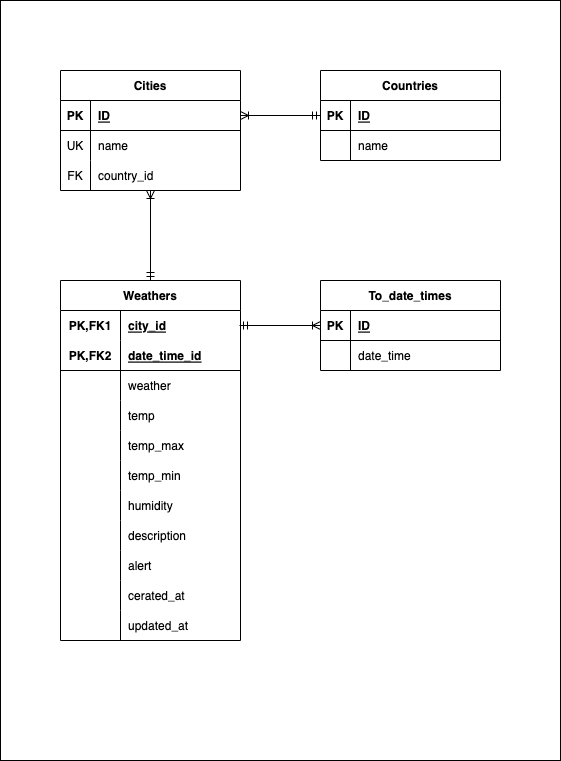
Above: documents/er.png in ytR8220/travel-weather (draw.io), before the change. Source tidied: cells renumbered, new cells last; positions are measured from the earlier drawing's top-left corner, leaving out a move shared by most shapes.
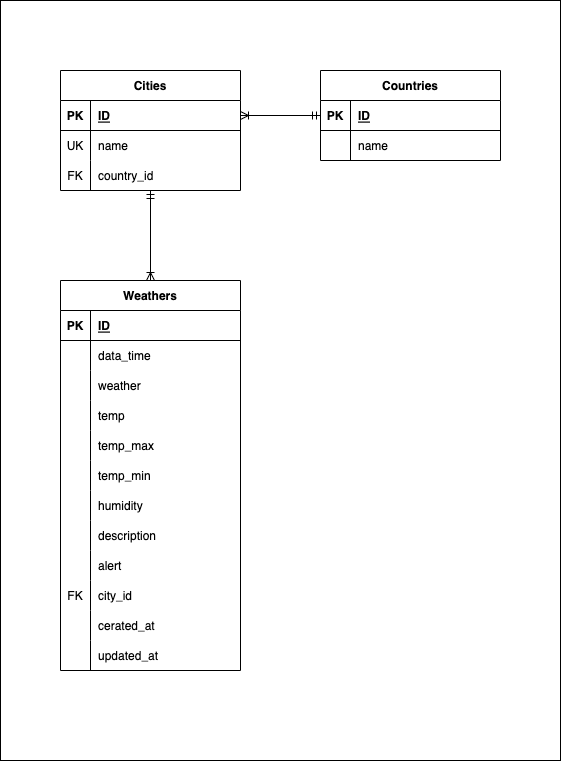
Above is the later version.

Commit message:
テーブル定義書、ER図修正

The edit, as a diff of the source:
```diff
@@ -35,135 +35,123 @@
     <mxCell id="12" value="country_id" style="shape=partialRectangle;fillColor=none;top=0;left=0;bottom=0;right=0;align=left;spacingLeft=6;overflow=hidden;" parent="10" vertex="1">
       <mxGeometry x="30" width="150" height="30" as="geometry" />
     </mxCell>
-    <mxCell id="13" style="fontSize=12;html=1;endArrow=ERoneToMany;startArrow=ERmandOne;" parent="1" edge="1">
+    <mxCell id="13" style="fontSize=12;html=1;endArrow=ERmandOne;startArrow=ERoneToMany;startFill=0;endFill=0;" parent="1" edge="1">
       <mxGeometry relative="1" as="geometry">
         <mxPoint x="150" y="280" as="sourcePoint" />
         <mxPoint x="150" y="190" as="targetPoint" />
       </mxGeometry>
     </mxCell>
     <mxCell id="14" value="Weathers" style="shape=table;startSize=30;rowLines=0;fontStyle=1;align=center;" parent="1" vertex="1">
-      <mxGeometry x="60" y="280" width="180" height="360" as="geometry" />
+      <mxGeometry x="60" y="280" width="180" height="390" as="geometry" />
     </mxCell>
-    <mxCell id="15" style="shape=tableRow;horizontal=0;startSize=0;swimlaneHead=0;swimlaneBody=0;fillColor=none;top=0;left=0;right=0;bottom=0;" parent="14" vertex="1">
-      <mxGeometry y="30" width="180" height="30" as="geometry" />
-    </mxCell>
-    <mxCell id="16" value="PK,FK1" style="shape=partialRectangle;fillColor=none;top=0;left=0;bottom=0;right=0;fontStyle=1;overflow=hidden;" parent="15" vertex="1">
-      <mxGeometry width="60" height="30" as="geometry" />
-    </mxCell>
-    <mxCell id="17" value="city_id" style="shape=partialRectangle;fillColor=none;top=0;left=0;bottom=0;right=0;align=left;spacingLeft=6;fontStyle=5;overflow=hidden;" parent="15" vertex="1">
-      <mxGeometry x="60" width="120" height="30" as="geometry" />
-    </mxCell>
     <mxCell id="18" style="shape=tableRow;horizontal=0;startSize=0;swimlaneHead=0;swimlaneBody=0;fillColor=none;top=0;left=0;right=0;bottom=1;" parent="14" vertex="1">
-      <mxGeometry y="60" width="180" height="30" as="geometry" />
+      <mxGeometry y="30" width="180" height="30" as="geometry" />
     </mxCell>
-    <mxCell id="19" value="PK,FK2" style="shape=partialRectangle;fillColor=none;top=0;left=0;bottom=0;right=0;fontStyle=1;overflow=hidden;" parent="18" vertex="1">
-      <mxGeometry width="60" height="30" as="geometry" />
+    <mxCell id="19" value="PK" style="shape=partialRectangle;fillColor=none;top=0;left=0;bottom=0;right=0;fontStyle=1;overflow=hidden;" parent="18" vertex="1">
+      <mxGeometry width="30" height="30" as="geometry" />
     </mxCell>
-    <mxCell id="20" value="date_time_id" style="shape=partialRectangle;fillColor=none;top=0;left=0;bottom=0;right=0;align=left;spacingLeft=6;fontStyle=5;overflow=hidden;" parent="18" vertex="1">
-      <mxGeometry x="60" width="120" height="30" as="geometry" />
+    <mxCell id="20" value="ID" style="shape=partialRectangle;fillColor=none;top=0;left=0;bottom=0;right=0;align=left;spacingLeft=6;fontStyle=5;overflow=hidden;" parent="18" vertex="1">
+      <mxGeometry x="30" width="150" height="30" as="geometry" />
     </mxCell>
     <mxCell id="21" style="shape=tableRow;horizontal=0;startSize=0;swimlaneHead=0;swimlaneBody=0;fillColor=none;top=0;left=0;right=0;bottom=0;" parent="14" vertex="1">
-      <mxGeometry y="90" width="180" height="30" as="geometry" />
+      <mxGeometry y="60" width="180" height="30" as="geometry" />
     </mxCell>
     <mxCell id="22" style="shape=partialRectangle;fillColor=none;top=0;left=0;bottom=0;right=0;overflow=hidden;" parent="21" vertex="1">
-      <mxGeometry width="60" height="30" as="geometry" />
+      <mxGeometry width="30" height="30" as="geometry" />
     </mxCell>
-    <mxCell id="23" value="weather" style="shape=partialRectangle;fillColor=none;top=0;left=0;bottom=0;right=0;align=left;spacingLeft=6;overflow=hidden;" parent="21" vertex="1">
-      <mxGeometry x="60" width="120" height="30" as="geometry" />
+    <mxCell id="23" value="data_time" style="shape=partialRectangle;fillColor=none;top=0;left=0;bottom=0;right=0;align=left;spacingLeft=6;overflow=hidden;" parent="21" vertex="1">
+      <mxGeometry x="30" width="150" height="30" as="geometry" />
     </mxCell>
+    <mxCell id="64" style="shape=tableRow;horizontal=0;startSize=0;swimlaneHead=0;swimlaneBody=0;fillColor=none;top=0;left=0;right=0;bottom=0;" parent="14" vertex="1">
+      <mxGeometry y="90" width="180" height="30" as="geometry" />
+    </mxCell>
+    <mxCell id="53" style="shape=partialRectangle;fillColor=none;top=0;left=0;bottom=0;right=0;overflow=hidden;" parent="64" vertex="1">
+      <mxGeometry width="30" height="30" as="geometry" />
+    </mxCell>
+    <mxCell id="65" value="weather" style="shape=partialRectangle;fillColor=none;top=0;left=0;bottom=0;right=0;align=left;spacingLeft=6;overflow=hidden;" parent="64" vertex="1">
+      <mxGeometry x="30" width="150" height="30" as="geometry" />
+    </mxCell>
     <mxCell id="24" style="shape=tableRow;horizontal=0;startSize=0;swimlaneHead=0;swimlaneBody=0;fillColor=none;top=0;left=0;right=0;bottom=0;" parent="14" vertex="1">
       <mxGeometry y="120" width="180" height="30" as="geometry" />
     </mxCell>
     <mxCell id="25" style="shape=partialRectangle;fillColor=none;top=0;left=0;bottom=0;right=0;overflow=hidden;" parent="24" vertex="1">
-      <mxGeometry width="60" height="30" as="geometry" />
+      <mxGeometry width="30" height="30" as="geometry" />
     </mxCell>
     <mxCell id="26" value="temp" style="shape=partialRectangle;fillColor=none;top=0;left=0;bottom=0;right=0;align=left;spacingLeft=6;overflow=hidden;" parent="24" vertex="1">
-      <mxGeometry x="60" width="120" height="30" as="geometry" />
+      <mxGeometry x="30" width="150" height="30" as="geometry" />
     </mxCell>
     <mxCell id="27" style="shape=tableRow;horizontal=0;startSize=0;swimlaneHead=0;swimlaneBody=0;fillColor=none;top=0;left=0;right=0;bottom=0;" parent="14" vertex="1">
       <mxGeometry y="150" width="180" height="30" as="geometry" />
     </mxCell>
     <mxCell id="28" style="shape=partialRectangle;fillColor=none;top=0;left=0;bottom=0;right=0;overflow=hidden;" parent="27" vertex="1">
-      <mxGeometry width="60" height="30" as="geometry" />
+      <mxGeometry width="30" height="30" as="geometry" />
     </mxCell>
     <mxCell id="29" value="temp_max" style="shape=partialRectangle;fillColor=none;top=0;left=0;bottom=0;right=0;align=left;spacingLeft=6;overflow=hidden;" parent="27" vertex="1">
-      <mxGeometry x="60" width="120" height="30" as="geometry" />
+      <mxGeometry x="30" width="150" height="30" as="geometry" />
     </mxCell>
     <mxCell id="30" style="shape=tableRow;horizontal=0;startSize=0;swimlaneHead=0;swimlaneBody=0;fillColor=none;top=0;left=0;right=0;bottom=0;" parent="14" vertex="1">
       <mxGeometry y="180" width="180" height="30" as="geometry" />
     </mxCell>
     <mxCell id="31" style="shape=partialRectangle;fillColor=none;top=0;left=0;bottom=0;right=0;overflow=hidden;" parent="30" vertex="1">
-      <mxGeometry width="60" height="30" as="geometry" />
+      <mxGeometry width="30" height="30" as="geometry" />
     </mxCell>
     <mxCell id="32" value="temp_min" style="shape=partialRectangle;fillColor=none;top=0;left=0;bottom=0;right=0;align=left;spacingLeft=6;overflow=hidden;" parent="30" vertex="1">
-      <mxGeometry x="60" width="120" height="30" as="geometry" />
+      <mxGeometry x="30" width="150" height="30" as="geometry" />
     </mxCell>
     <mxCell id="33" style="shape=tableRow;horizontal=0;startSize=0;swimlaneHead=0;swimlaneBody=0;fillColor=none;top=0;left=0;right=0;bottom=0;" parent="14" vertex="1">
       <mxGeometry y="210" width="180" height="30" as="geometry" />
     </mxCell>
     <mxCell id="34" style="shape=partialRectangle;fillColor=none;top=0;left=0;bottom=0;right=0;overflow=hidden;" parent="33" vertex="1">
-      <mxGeometry width="60" height="30" as="geometry" />
+      <mxGeometry width="30" height="30" as="geometry" />
     </mxCell>
     <mxCell id="35" value="humidity" style="shape=partialRectangle;fillColor=none;top=0;left=0;bottom=0;right=0;align=left;spacingLeft=6;overflow=hidden;" parent="33" vertex="1">
-      <mxGeometry x="60" width="120" height="30" as="geometry" />
+      <mxGeometry x="30" width="150" height="30" as="geometry" />
     </mxCell>
     <mxCell id="36" style="shape=tableRow;horizontal=0;startSize=0;swimlaneHead=0;swimlaneBody=0;fillColor=none;top=0;left=0;right=0;bottom=0;" parent="14" vertex="1">
       <mxGeometry y="240" width="180" height="30" as="geometry" />
     </mxCell>
     <mxCell id="37" style="shape=partialRectangle;fillColor=none;top=0;left=0;bottom=0;right=0;overflow=hidden;" parent="36" vertex="1">
-      <mxGeometry width="60" height="30" as="geometry" />
+      <mxGeometry width="30" height="30" as="geometry" />
     </mxCell>
     <mxCell id="38" value="description" style="shape=partialRectangle;fillColor=none;top=0;left=0;bottom=0;right=0;align=left;spacingLeft=6;overflow=hidden;" parent="36" vertex="1">
-      <mxGeometry x="60" width="120" height="30" as="geometry" />
+      <mxGeometry x="30" width="150" height="30" as="geometry" />
     </mxCell>
     <mxCell id="39" style="shape=tableRow;horizontal=0;startSize=0;swimlaneHead=0;swimlaneBody=0;fillColor=none;top=0;left=0;right=0;bottom=0;" parent="14" vertex="1">
       <mxGeometry y="270" width="180" height="30" as="geometry" />
     </mxCell>
     <mxCell id="40" style="shape=partialRectangle;fillColor=none;top=0;left=0;bottom=0;right=0;overflow=hidden;" parent="39" vertex="1">
-      <mxGeometry width="60" height="30" as="geometry" />
+      <mxGeometry width="30" height="30" as="geometry" />
     </mxCell>
     <mxCell id="41" value="alert" style="shape=partialRectangle;fillColor=none;top=0;left=0;bottom=0;right=0;align=left;spacingLeft=6;overflow=hidden;" parent="39" vertex="1">
-      <mxGeometry x="60" width="120" height="30" as="geometry" />
+      <mxGeometry x="30" width="150" height="30" as="geometry" />
     </mxCell>
+    <mxCell id="66" style="shape=tableRow;horizontal=0;startSize=0;swimlaneHead=0;swimlaneBody=0;fillColor=none;top=0;left=0;right=0;bottom=0;" parent="14" vertex="1">
+      <mxGeometry y="300" width="180" height="30" as="geometry" />
+    </mxCell>
+    <mxCell id="67" value="FK" style="shape=partialRectangle;fillColor=none;top=0;left=0;bottom=0;right=0;overflow=hidden;" parent="66" vertex="1">
+      <mxGeometry width="30" height="30" as="geometry" />
+    </mxCell>
+    <mxCell id="17" value="city_id" style="shape=partialRectangle;fillColor=none;top=0;left=0;bottom=0;right=0;align=left;spacingLeft=6;overflow=hidden;" parent="66" vertex="1">
+      <mxGeometry x="30" width="150" height="30" as="geometry" />
+    </mxCell>
     <mxCell id="42" style="shape=tableRow;horizontal=0;startSize=0;swimlaneHead=0;swimlaneBody=0;fillColor=none;top=0;left=0;right=0;bottom=0;" parent="14" vertex="1">
-      <mxGeometry y="300" width="180" height="30" as="geometry" />
+      <mxGeometry y="330" width="180" height="30" as="geometry" />
     </mxCell>
     <mxCell id="43" style="shape=partialRectangle;fillColor=none;top=0;left=0;bottom=0;right=0;overflow=hidden;" parent="42" vertex="1">
-      <mxGeometry width="60" height="30" as="geometry" />
+      <mxGeometry width="30" height="30" as="geometry" />
     </mxCell>
     <mxCell id="44" value="cerated_at" style="shape=partialRectangle;fillColor=none;top=0;left=0;bottom=0;right=0;align=left;spacingLeft=6;overflow=hidden;" parent="42" vertex="1">
-      <mxGeometry x="60" width="120" height="30" as="geometry" />
+      <mxGeometry x="30" width="150" height="30" as="geometry" />
     </mxCell>
     <mxCell id="45" style="shape=tableRow;horizontal=0;startSize=0;swimlaneHead=0;swimlaneBody=0;fillColor=none;top=0;left=0;right=0;bottom=0;" parent="14" vertex="1">
-      <mxGeometry y="330" width="180" height="30" as="geometry" />
+      <mxGeometry y="360" width="180" height="30" as="geometry" />
     </mxCell>
     <mxCell id="46" style="shape=partialRectangle;fillColor=none;top=0;left=0;bottom=0;right=0;overflow=hidden;" parent="45" vertex="1">
-      <mxGeometry width="60" height="30" as="geometry" />
+      <mxGeometry width="30" height="30" as="geometry" />
     </mxCell>
     <mxCell id="47" value="updated_at" style="shape=partialRectangle;fillColor=none;top=0;left=0;bottom=0;right=0;align=left;spacingLeft=6;overflow=hidden;" parent="45" vertex="1">
-      <mxGeometry x="60" width="120" height="30" as="geometry" />
+      <mxGeometry x="30" width="150" height="30" as="geometry" />
     </mxCell>
-    <mxCell id="48" value="To_date_times" style="shape=table;startSize=30;rowLines=0;fontStyle=1;align=center;" parent="1" vertex="1">
-      <mxGeometry x="320" y="280" width="180" height="90" as="geometry" />
-    </mxCell>
-    <mxCell id="49" style="shape=tableRow;horizontal=0;startSize=0;swimlaneHead=0;swimlaneBody=0;fillColor=none;points=[[0,0.5],[1,0.5]];portConstraint=eastwest;top=0;left=0;right=0;bottom=1;" parent="48" vertex="1">
-      <mxGeometry y="30" width="180" height="30" as="geometry" />
-    </mxCell>
-    <mxCell id="50" value="PK" style="shape=partialRectangle;fillColor=none;top=0;left=0;bottom=0;right=0;fontStyle=1;overflow=hidden;" parent="49" vertex="1">
-      <mxGeometry width="30" height="30" as="geometry" />
-    </mxCell>
-    <mxCell id="51" value="ID" style="shape=partialRectangle;fillColor=none;top=0;left=0;bottom=0;right=0;align=left;spacingLeft=6;fontStyle=5;overflow=hidden;" parent="49" vertex="1">
-      <mxGeometry x="30" width="150" height="30" as="geometry" />
-    </mxCell>
-    <mxCell id="52" style="shape=tableRow;horizontal=0;startSize=0;swimlaneHead=0;swimlaneBody=0;fillColor=none;top=0;left=0;right=0;bottom=0;" parent="48" vertex="1">
-      <mxGeometry y="60" width="180" height="30" as="geometry" />
-    </mxCell>
-    <mxCell id="53" style="shape=partialRectangle;fillColor=none;top=0;left=0;bottom=0;right=0;overflow=hidden;" parent="52" vertex="1">
-      <mxGeometry width="30" height="30" as="geometry" />
-    </mxCell>
-    <mxCell id="54" value="date_time" style="shape=partialRectangle;fillColor=none;top=0;left=0;bottom=0;right=0;align=left;spacingLeft=6;overflow=hidden;" parent="52" vertex="1">
-      <mxGeometry x="30" width="150" height="30" as="geometry" />
-    </mxCell>
     <mxCell id="55" value="Countries" style="shape=table;startSize=30;rowLines=0;fontStyle=1;align=center;" parent="1" vertex="1">
       <mxGeometry x="320" y="70" width="180" height="90" as="geometry" />
     </mxCell>
@@ -188,10 +176,5 @@
     <mxCell id="62" style="fontSize=12;html=1;endArrow=ERoneToMany;startArrow=ERmandOne;entryX=1;entryY=0.5;entryDx=0;entryDy=0;" parent="1" edge="1" source="55" target="4">
       <mxGeometry relative="1" as="geometry" />
     </mxCell>
-    <mxCell id="63" style="fontSize=12;html=1;endArrow=ERoneToMany;startArrow=ERmandOne;" parent="1" edge="1" target="49">
-      <mxGeometry relative="1" as="geometry">
-        <mxPoint x="239" y="325" as="sourcePoint" />
-      </mxGeometry>
-    </mxCell>
   </root>
 </mxGraphModel>
```
